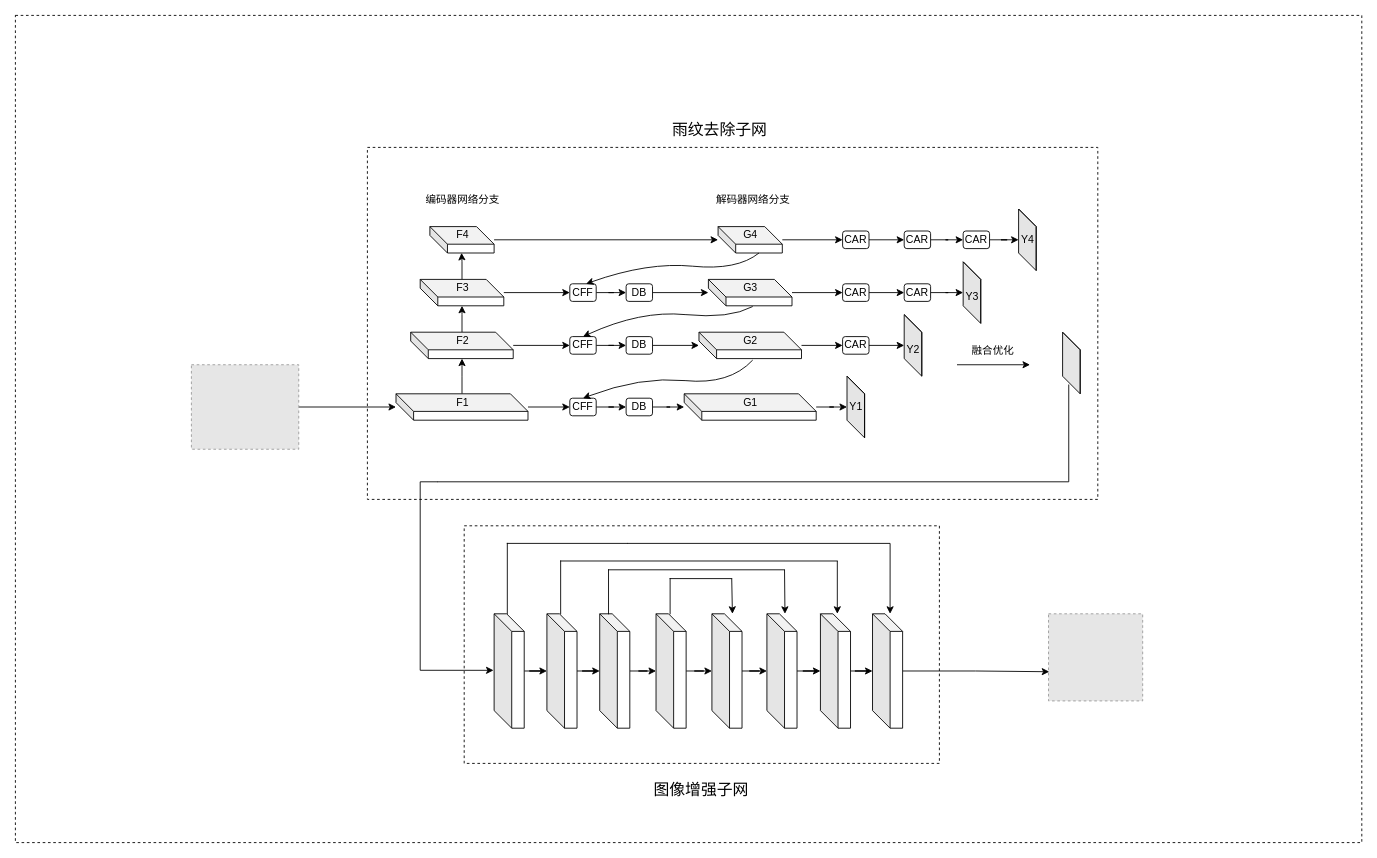
Earlier version of the draw.io diagram Untitled Diagram.drawio (hornchan/mytest). Source tidied: cells renumbered, new cells numbered last; positions are measured from the earlier drawing's top-left corner, leaving out a move shared by most shapes. Both pictures are drawn from the tidied source at 88%, with x=0, y=0 at pixel (15, 15). Pictures stored in the file or linked from it are replaced by grey dashed boxes.
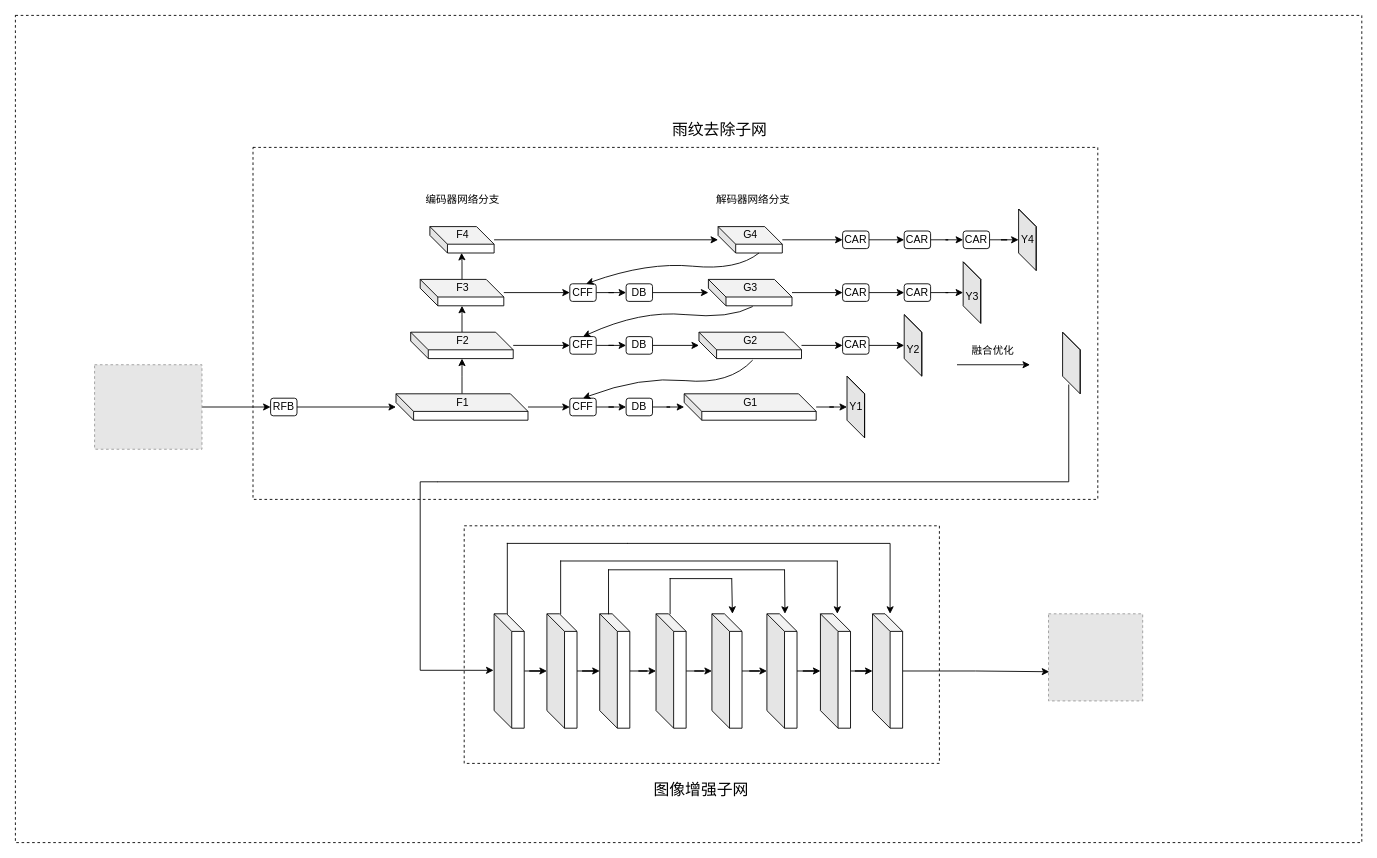
The same page after the edit.

Commit message:
增加了RFB模块

Unchanged cells that the change refers to:
```xml
<mxCell id="7" style="shape=cube;whiteSpace=wrap;html=1;boundedLbl=1;backgroundOutline=1;darkOpacity=0.05;darkOpacity2=0.1;" parent="1" vertex="1">
  <mxGeometry x="432.5" y="430" width="150" height="30" as="geometry" />
</mxCell>
```

Change to the diagram source:
```diff
@@
     <mxCell id="4" style="verticalLabelPosition=bottom;verticalAlign=top;html=1;shape=mxgraph.basic.rect;fillColor2=none;strokeWidth=1;size=20;indent=5;dashed=1;" parent="1" vertex="1">
-      <mxGeometry x="400" y="150" width="830" height="400" as="geometry" />
+      <mxGeometry x="270" y="150" width="960" height="400" as="geometry" />
     </mxCell>
@@
-    <mxCell id="39" style="edgeStyle=orthogonalEdgeStyle;rounded=0;jettySize=auto;html=1;" parent="1" edge="1" source="40" target="7">
-      <mxGeometry relative="1" as="geometry" />
-    </mxCell>
+    <mxCell id="103" style="edgeStyle=orthogonalEdgeStyle;rounded=0;jettySize=auto;html=1;" parent="1" edge="1" source="40" target="105">
+      <mxGeometry relative="1" as="geometry" />
+    </mxCell>
     <mxCell id="40" style="fillColor=#E6E6E6;strokeColor=#999999;dashed=1;verticalLabelPosition=bottom;labelBackgroundColor=#ffffff;verticalAlign=top;" parent="1" vertex="1">
-      <mxGeometry x="200" y="397" width="122" height="96" as="geometry" />
+      <mxGeometry x="90" y="397" width="122" height="96" as="geometry" />
     </mxCell>
@@
+    <mxCell id="104" style="edgeStyle=orthogonalEdgeStyle;rounded=0;jettySize=auto;html=1;" parent="1" edge="1" source="105" target="7">
+      <mxGeometry relative="1" as="geometry" />
+    </mxCell>
+    <mxCell id="105" value="RFB" style="rounded=1;whiteSpace=wrap;html=1;" parent="1" vertex="1">
+      <mxGeometry x="290" y="435" width="30" height="20" as="geometry" />
+    </mxCell>
```
